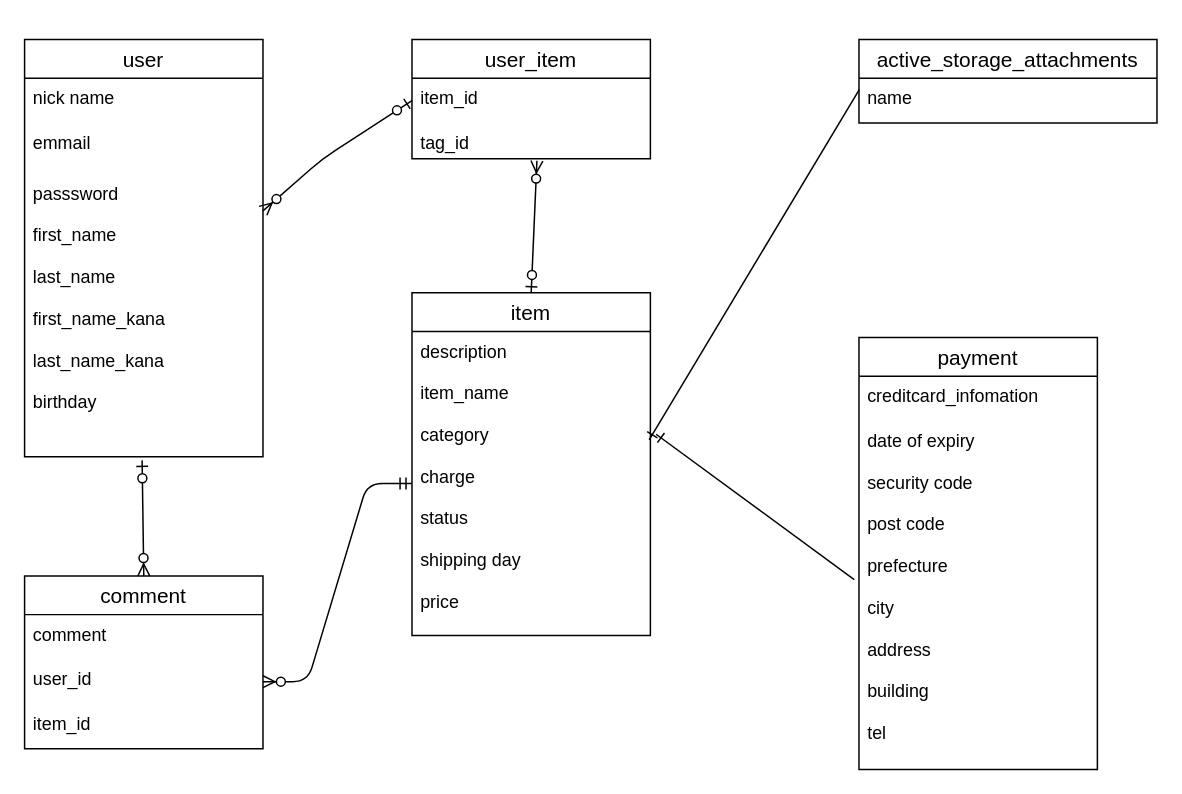
Before: test.dio in tasukuyusato/furima-38444, a draw.io diagram. Source tidied: cells renumbered, new cells numbered last; positions are measured from the earlier drawing's top-left corner, leaving out a move shared by most shapes. Both pictures are drawn from the tidied source at 149%, with x=0, y=0 at pixel (24, 39).
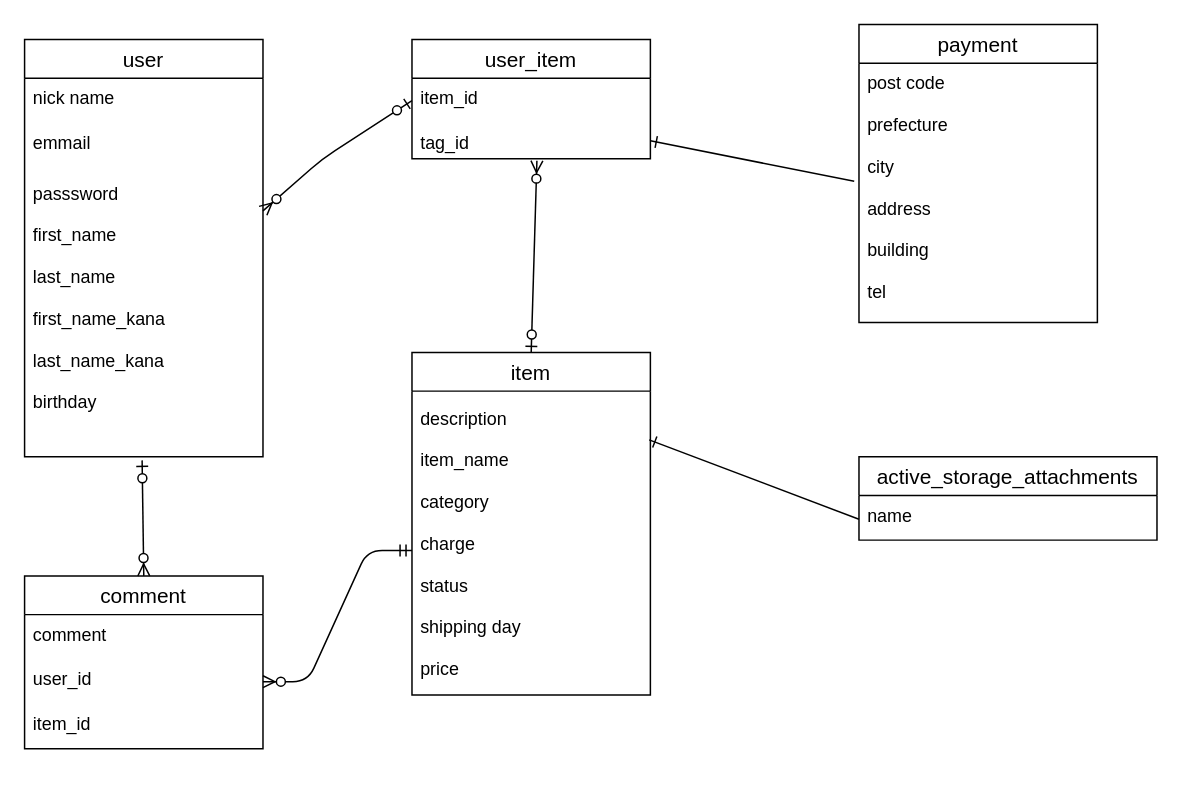
The same page after the edit.

The change refers to these unchanged cells:
```xml
<mxCell id="14" value="tag_id" style="text;strokeColor=none;fillColor=none;spacingLeft=4;spacingRight=4;overflow=hidden;points=[[0,0.5],[1,0.5]];portConstraint=eastwest;fontSize=12;" parent="12" vertex="1">
  <mxGeometry y="56" width="160" height="24" as="geometry" />
</mxCell>
<mxCell id="16" value="name" style="text;strokeColor=none;fillColor=none;spacingLeft=4;spacingRight=4;overflow=hidden;points=[[0,0.5],[1,0.5]];portConstraint=eastwest;fontSize=12;" parent="15" vertex="1">
  <mxGeometry y="26" width="200" height="30" as="geometry" />
</mxCell>
```

Diff of the diagram source:
```diff
@@
     <mxCell id="10" value="item" style="swimlane;fontStyle=0;horizontal=1;startSize=26;align=center;fontSize=14;" parent="1" vertex="1">
-      <mxGeometry x="260" y="170" width="160" height="230" as="geometry" />
+      <mxGeometry x="260" y="210" width="160" height="230" as="geometry" />
     </mxCell>
-    <mxCell id="11" value="description&#10;&#10;item_name&#10;&#10;category&#10;&#10;charge&#10;&#10;status&#10;&#10;shipping day&#10;&#10;price&#10;&#10;" style="text;strokeColor=none;fillColor=none;spacingLeft=4;spacingRight=4;overflow=hidden;points=[[0,0.5],[1,0.5]];portConstraint=eastwest;fontSize=12;" parent="10" vertex="1">
-      <mxGeometry y="26" width="160" height="204" as="geometry" />
-    </mxCell>
@@
     <mxCell id="15" value="active_storage_attachments" style="swimlane;fontStyle=0;horizontal=1;startSize=26;align=center;fontSize=14;" parent="1" vertex="1">
-      <mxGeometry x="560" width="200" height="56" as="geometry" />
+      <mxGeometry x="560" y="280" width="200" height="56" as="geometry" />
     </mxCell>
@@
     <mxCell id="17" value="payment" style="swimlane;fontStyle=0;horizontal=1;startSize=26;align=center;fontSize=14;" parent="1" vertex="1">
-      <mxGeometry x="560" y="200" width="160" height="290" as="geometry" />
+      <mxGeometry x="560" y="-10" width="160" height="200" as="geometry" />
     </mxCell>
-    <mxCell id="18" value="creditcard_infomation" style="text;strokeColor=none;fillColor=none;spacingLeft=4;spacingRight=4;overflow=hidden;fontSize=12;" parent="17" vertex="1">
-      <mxGeometry y="26" width="160" height="30" as="geometry" />
-    </mxCell>
-    <mxCell id="19" value="date of expiry&#10;&#10;security code&#10;&#10;post code&#10;&#10;prefecture&#10;&#10;city&#10;&#10;address&#10;&#10;building&#10;&#10;tel" style="text;strokeColor=none;fillColor=none;spacingLeft=4;spacingRight=4;overflow=hidden;points=[[0,0.5],[1,0.5]];portConstraint=eastwest;fontSize=12;" parent="17" vertex="1">
-      <mxGeometry y="56" width="160" height="234" as="geometry" />
+    <mxCell id="19" value="post code&#10;&#10;prefecture&#10;&#10;city&#10;&#10;address&#10;&#10;building&#10;&#10;tel" style="text;strokeColor=none;fillColor=none;spacingLeft=4;spacingRight=4;overflow=hidden;points=[[0,0.5],[1,0.5]];portConstraint=eastwest;fontSize=12;" parent="17" vertex="1">
+      <mxGeometry y="26" width="160" height="174" as="geometry" />
     </mxCell>
@@
-    <mxCell id="21" style="fontSize=12;html=1;endArrow=ERone;endFill=1;exitX=0.001;exitY=0.253;exitDx=0;exitDy=0;exitPerimeter=0;entryX=0.995;entryY=0.253;entryDx=0;entryDy=0;entryPerimeter=0;" parent="1" edge="1" source="16">
+    <mxCell id="21" style="fontSize=12;html=1;endArrow=ERone;endFill=1;exitX=0;exitY=0.75;exitDx=0;exitDy=0;entryX=0.995;entryY=0.253;entryDx=0;entryDy=0;entryPerimeter=0;" parent="1" edge="1" source="15">
       <mxGeometry relative="1" as="geometry">
         <mxPoint x="419.2" y="268.7" as="targetPoint" />
       </mxGeometry>
     </mxCell>
@@
-    <mxCell id="25" style="fontSize=12;html=1;endArrow=ERone;endFill=1;exitX=-0.02;exitY=0.455;exitDx=0;exitDy=0;exitPerimeter=0;entryX=1.024;entryY=0.338;entryDx=0;entryDy=0;entryPerimeter=0;" parent="1" edge="1" source="19" target="11">
+    <mxCell id="25" style="fontSize=12;html=1;endArrow=ERone;endFill=1;exitX=-0.02;exitY=0.455;exitDx=0;exitDy=0;exitPerimeter=0;entryX=1;entryY=0.5;entryDx=0;entryDy=0;" parent="1" edge="1" source="19" target="14">
       <mxGeometry relative="1" as="geometry" />
     </mxCell>
+    <mxCell id="11" value="description&#10;&#10;item_name&#10;&#10;category&#10;&#10;charge&#10;&#10;status&#10;&#10;shipping day&#10;&#10;price&#10;&#10;" style="text;strokeColor=none;fillColor=none;spacingLeft=4;spacingRight=4;overflow=hidden;points=[[0,0.5],[1,0.5]];portConstraint=eastwest;fontSize=12;" parent="1" vertex="1">
+      <mxGeometry x="260" y="241" width="160" height="204" as="geometry" />
+    </mxCell>
```
